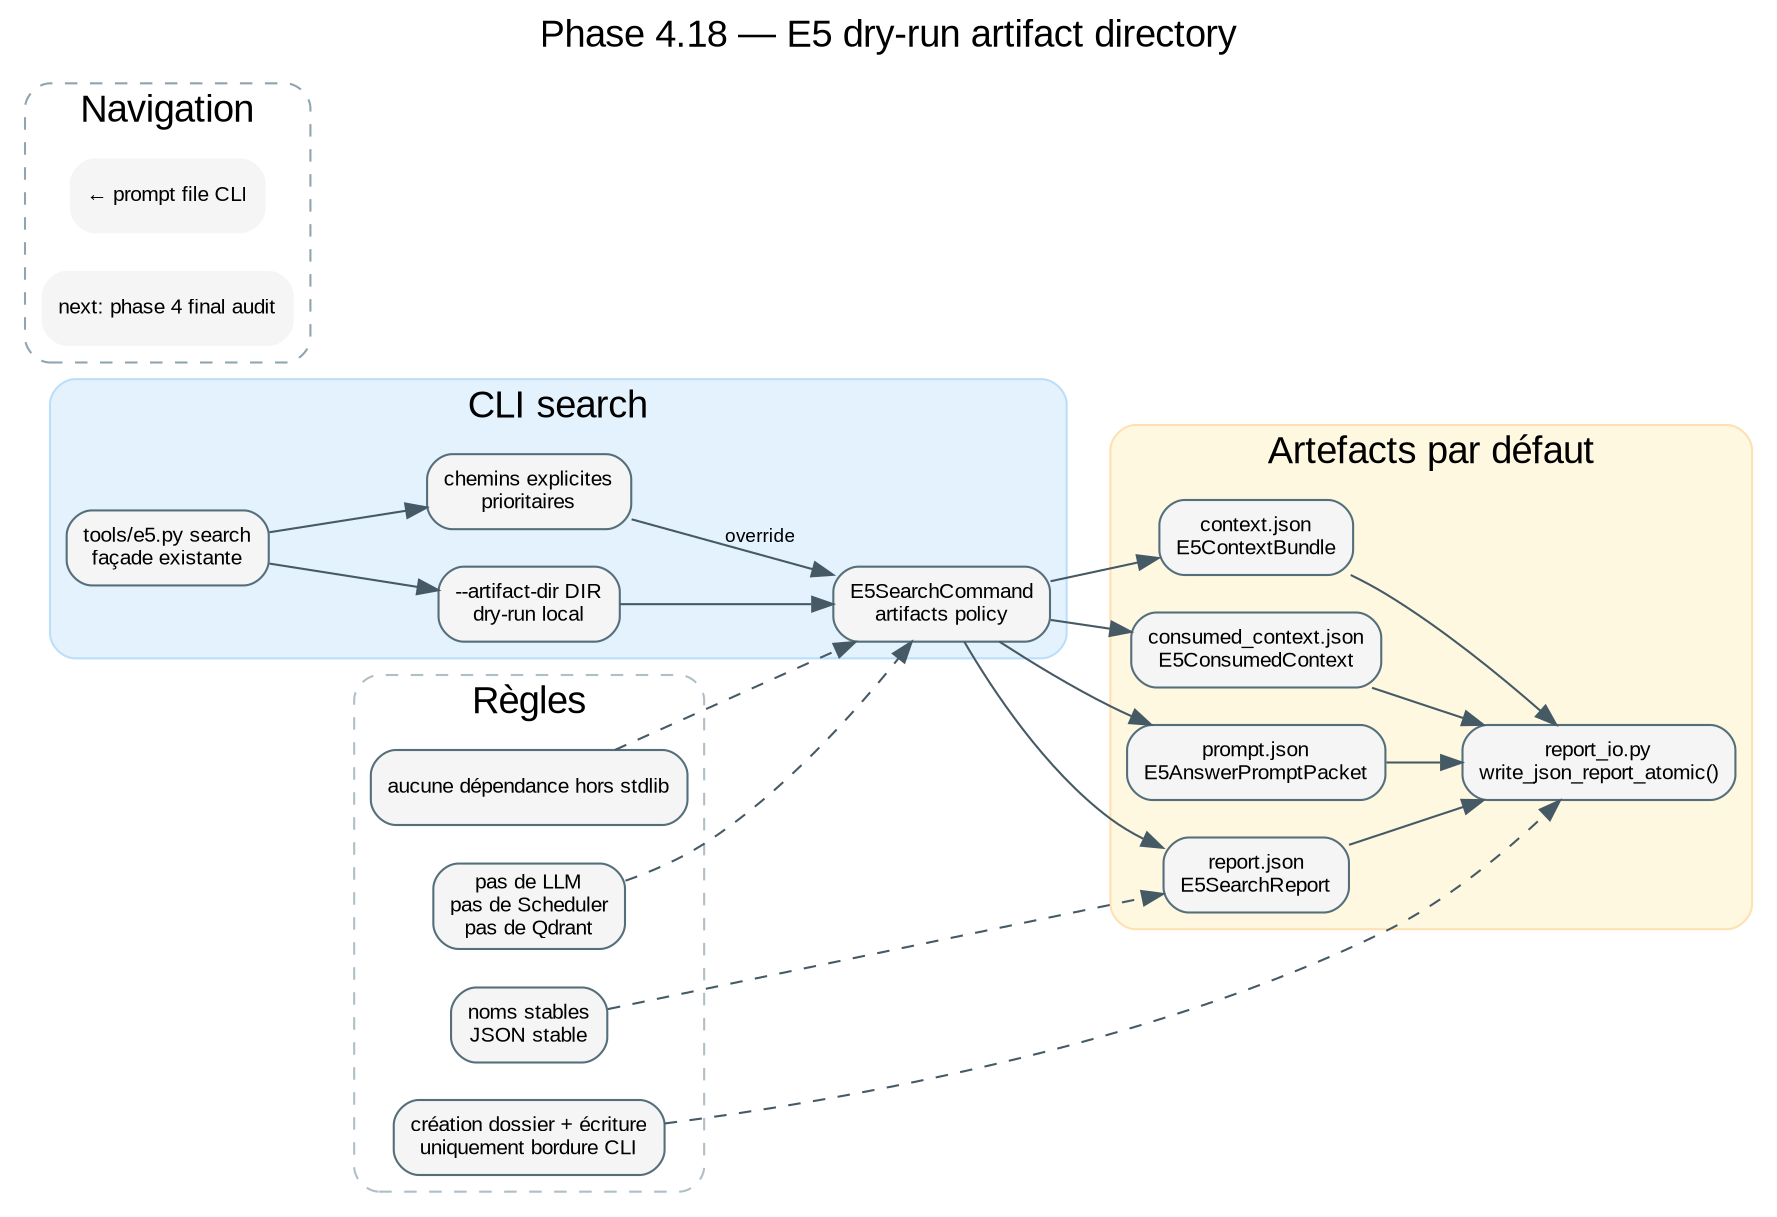
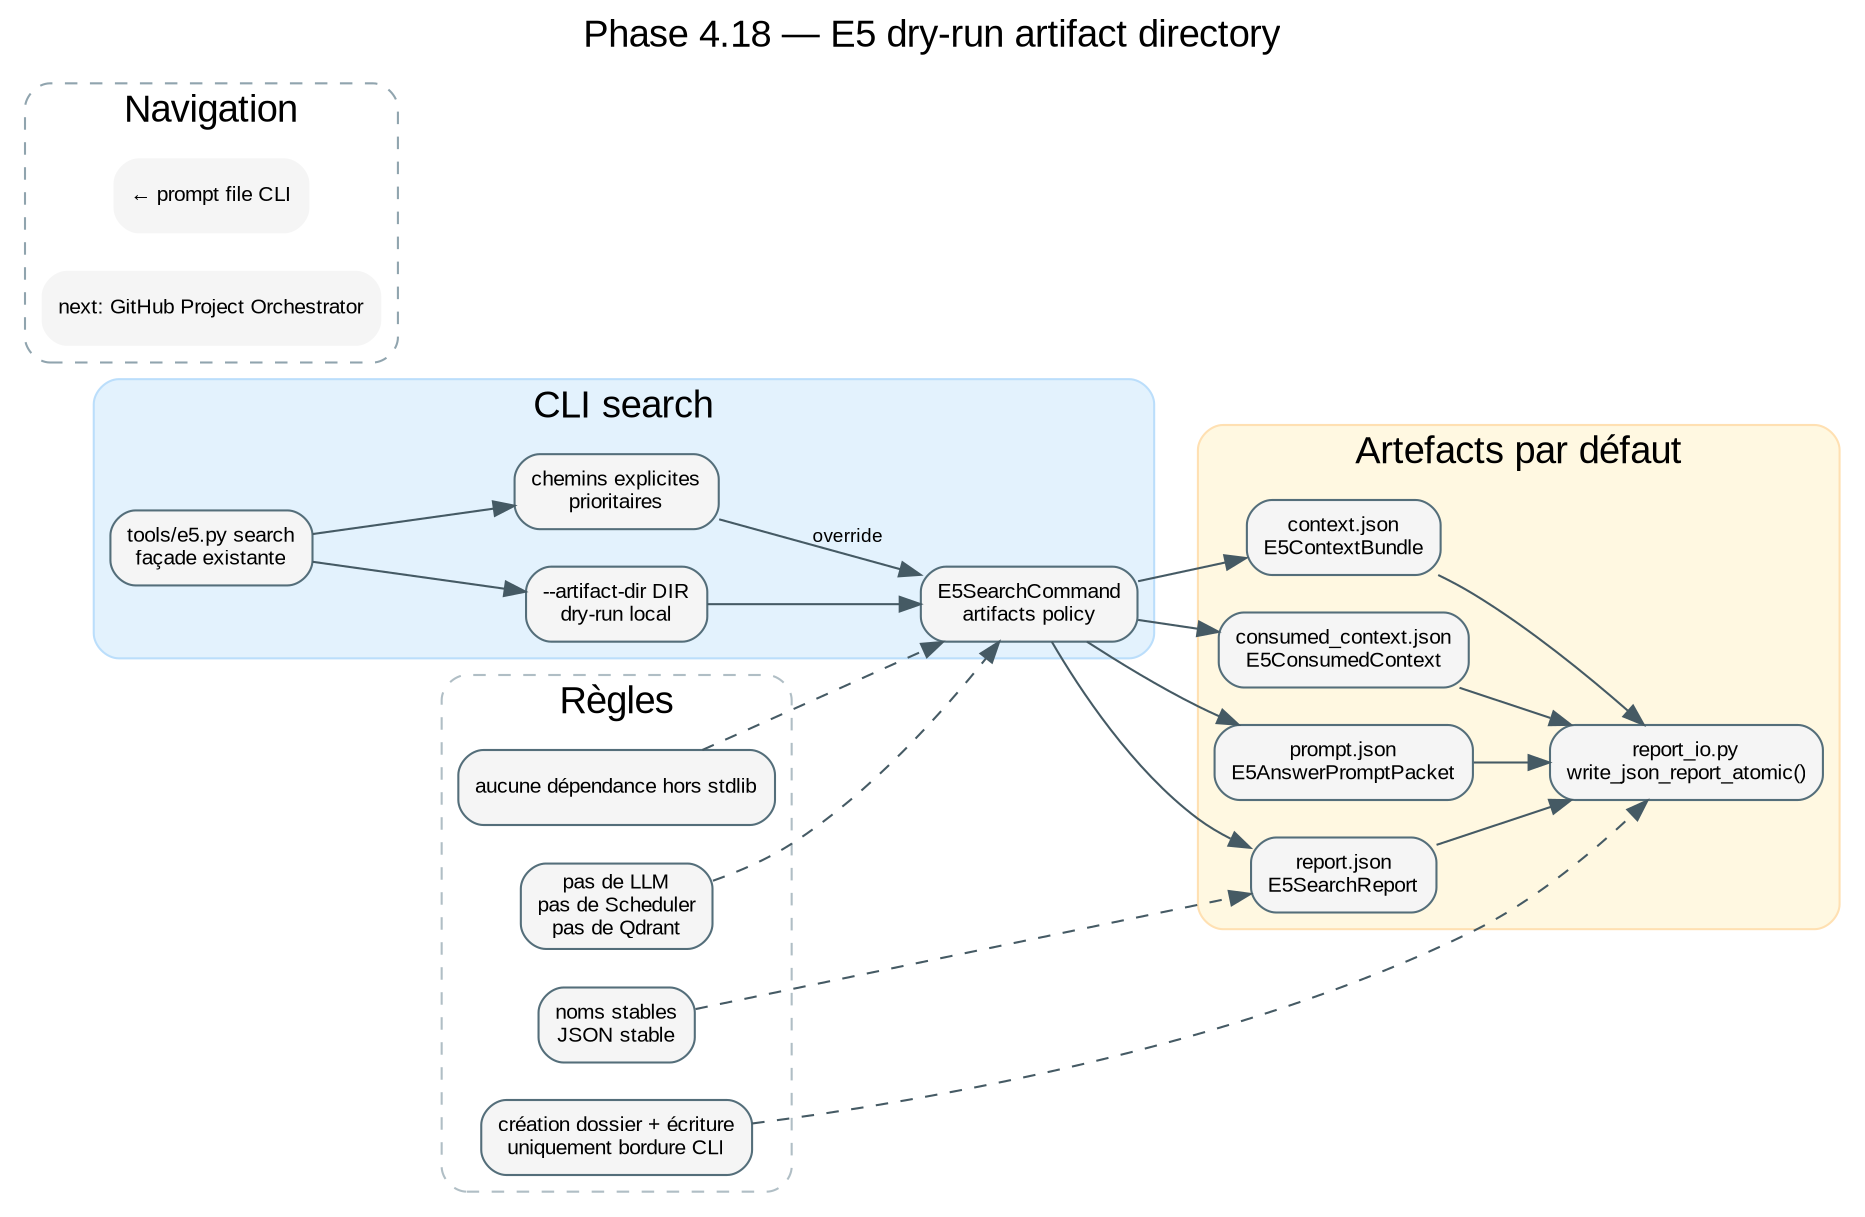
digraph E5DryRunArtifactDir {
  graph [
    label="Phase 4.18 — E5 dry-run artifact directory",
    labelloc=t,
    fontsize=18,
    fontname="Arial",
    rankdir=LR,
    bgcolor="#ffffff"
  ];

  node [shape=box, style="rounded,filled", fontname="Arial", fontsize=10, fillcolor="#f5f5f5", color="#546e7a"];
  edge [fontname="Arial", fontsize=9, color="#455a64"];

  // ROADMAP_PARENT: inference/71_e5_prompt_file_cli.dot

  subgraph cluster_cli {
    label="CLI search";
    style="rounded,filled";
    color="#bbdefb";
    fillcolor="#e3f2fd";

    Search [label="tools/e5.py search\nfaçade existante", URL="67_e5_unified_command_surface.svg"];
    ArtifactDir [label="--artifact-dir DIR\ndry-run local"];
    Explicit [label="chemins explicites\nprioritaires"];
    Command [label="E5SearchCommand\nartifacts policy"];
  }

  subgraph cluster_outputs {
    label="Artefacts par défaut";
    style="rounded,filled";
    color="#ffe0b2";
    fillcolor="#fff8e1";

    Report [label="report.json\nE5SearchReport"];
    Context [label="context.json\nE5ContextBundle", URL="68_e5_context_bundle.svg"];
    Consumed [label="consumed_context.json\nE5ConsumedContext", URL="69_e5_context_consumer.svg"];
    Prompt [label="prompt.json\nE5AnswerPromptPacket", URL="70_e5_answer_prompt_packet.svg"];
    ReportIO [label="report_io.py\nwrite_json_report_atomic()"];
  }

  subgraph cluster_rules {
    label="Règles";
    style="rounded,dashed";
    color="#b0bec5";

    NoDeps [label="aucune dépendance hors stdlib"];
    NoLLM [label="pas de LLM\npas de Scheduler\npas de Qdrant"];
    Boundary [label="création dossier + écriture\nuniquement bordure CLI"];
    Stable [label="noms stables\nJSON stable"];
  }

  Search -> ArtifactDir;
  Search -> Explicit;
  ArtifactDir -> Command;
  Explicit -> Command [label="override"];
  Command -> Report;
  Command -> Context;
  Command -> Consumed;
  Command -> Prompt;
  Report -> ReportIO;
  Context -> ReportIO;
  Consumed -> ReportIO;
  Prompt -> ReportIO;

  NoDeps -> Command [style=dashed];
  NoLLM -> Command [style=dashed];
  Boundary -> ReportIO [style=dashed];
  Stable -> Report [style=dashed];

  subgraph cluster_navigation {
    label="Navigation";
    style="rounded,dashed";
    color="#90a4ae";

    Parent [label="← prompt file CLI", shape=plaintext, URL="71_e5_prompt_file_cli.svg"];
-     Next [label="next: phase 4 final audit", shape=plaintext];
+     Next [label="next: GitHub Project Orchestrator", shape=plaintext, URL="../integrations/90_github_project_orchestrator.svg"];
  }

  // HTML_DETAIL[phase4_18]: --artifact-dir produit un dry-run complet report/context/consumed_context/prompt sans backend de réponse.
}
